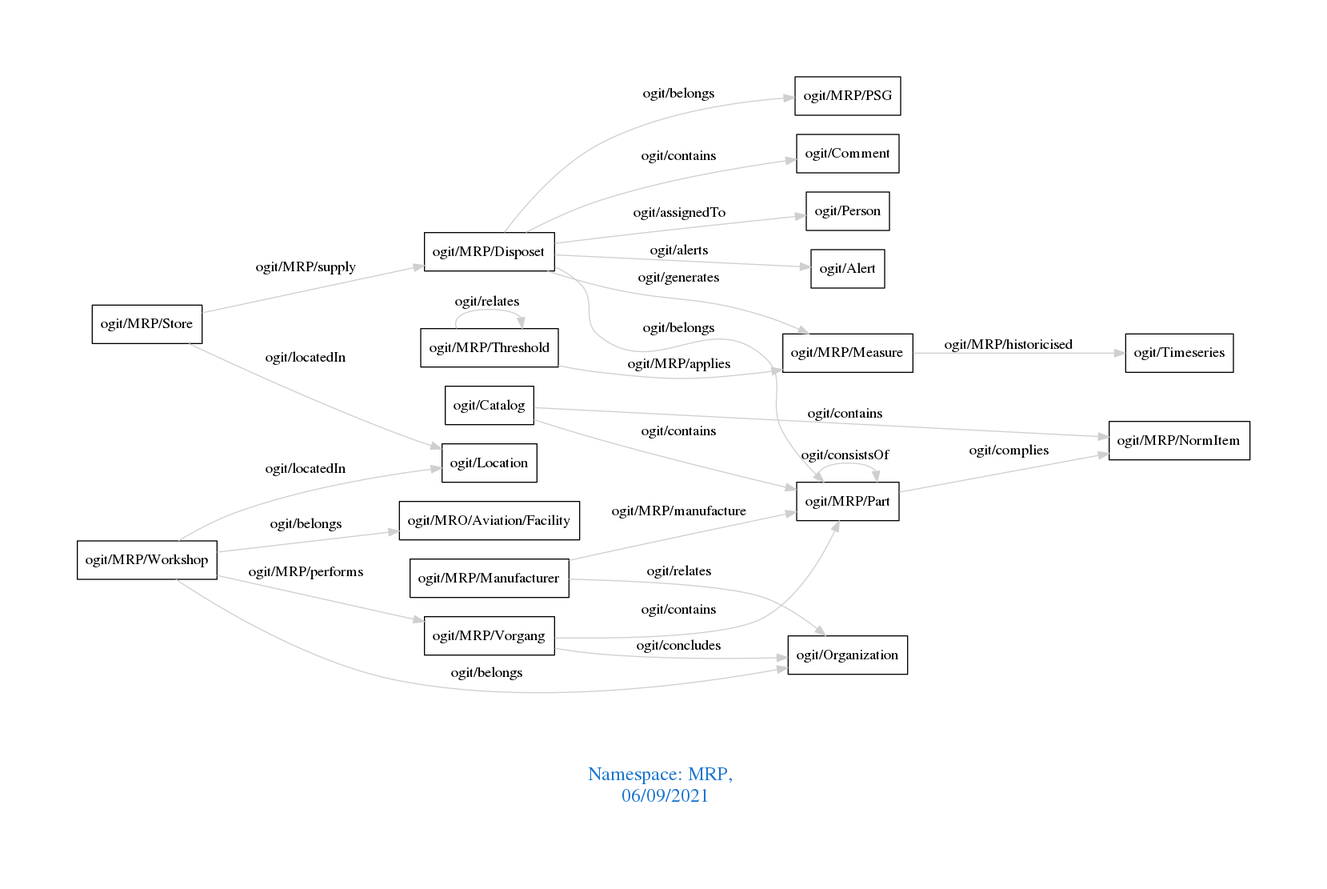
Above: downloads/MRP.png in arago/OGIT (Graphviz), before the change. Its source is kept beside it as downloads/MRP.dot.
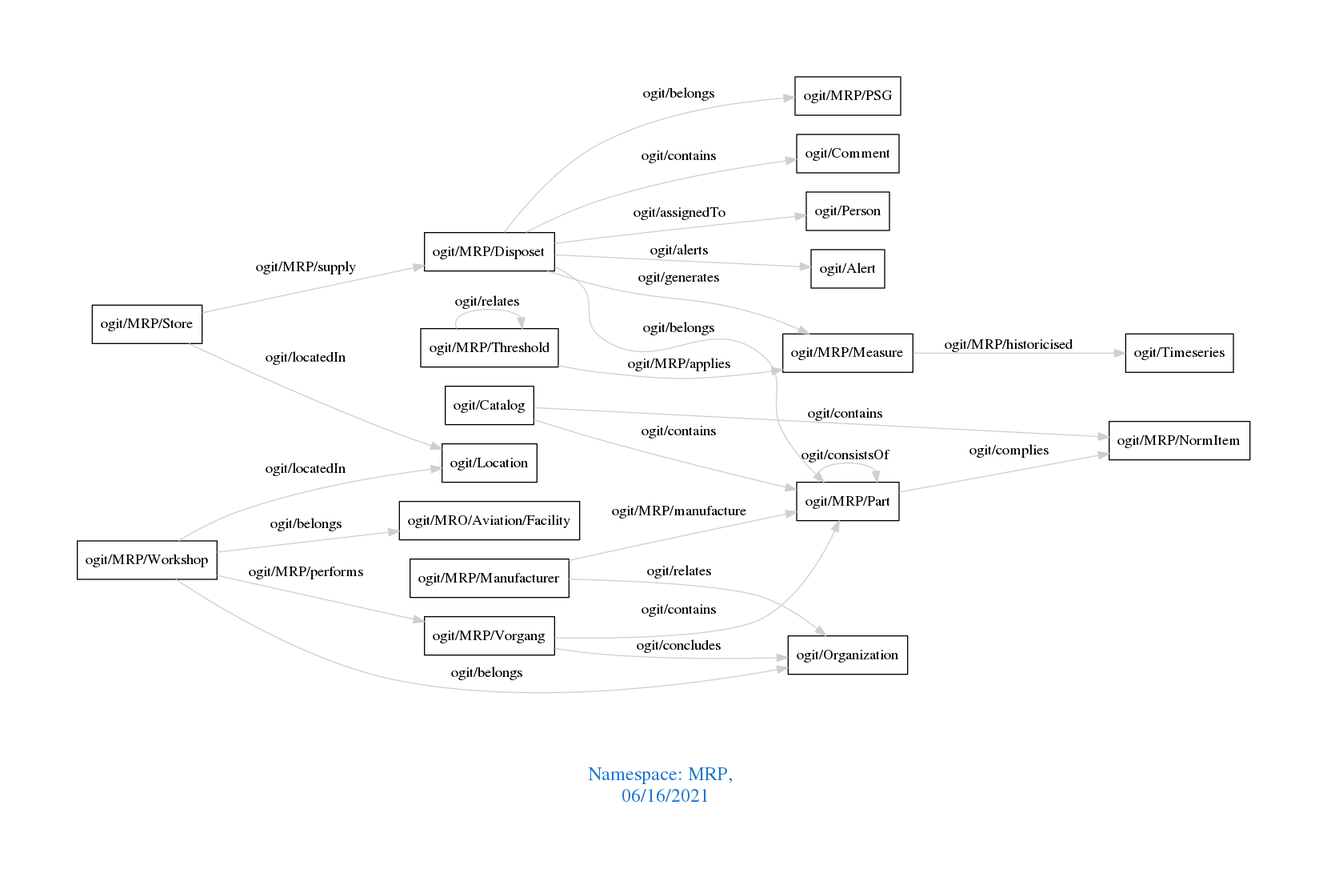
Later version of the same file.

Change to the diagram source:
```diff
@@ -1,7 +1,7 @@
 digraph OGIT_ontology {
  graph [ rankdir= LR,pad=1
 fontsize = 18,
-fontcolor= dodgerblue3,label = "\n\n\nNamespace: MRP, \n 06/09/2021"];
+fontcolor= dodgerblue3,label = "\n\n\nNamespace: MRP, \n 06/16/2021"];
 node[shape=polygon];
 edge [  color="gray81"];
 
```
